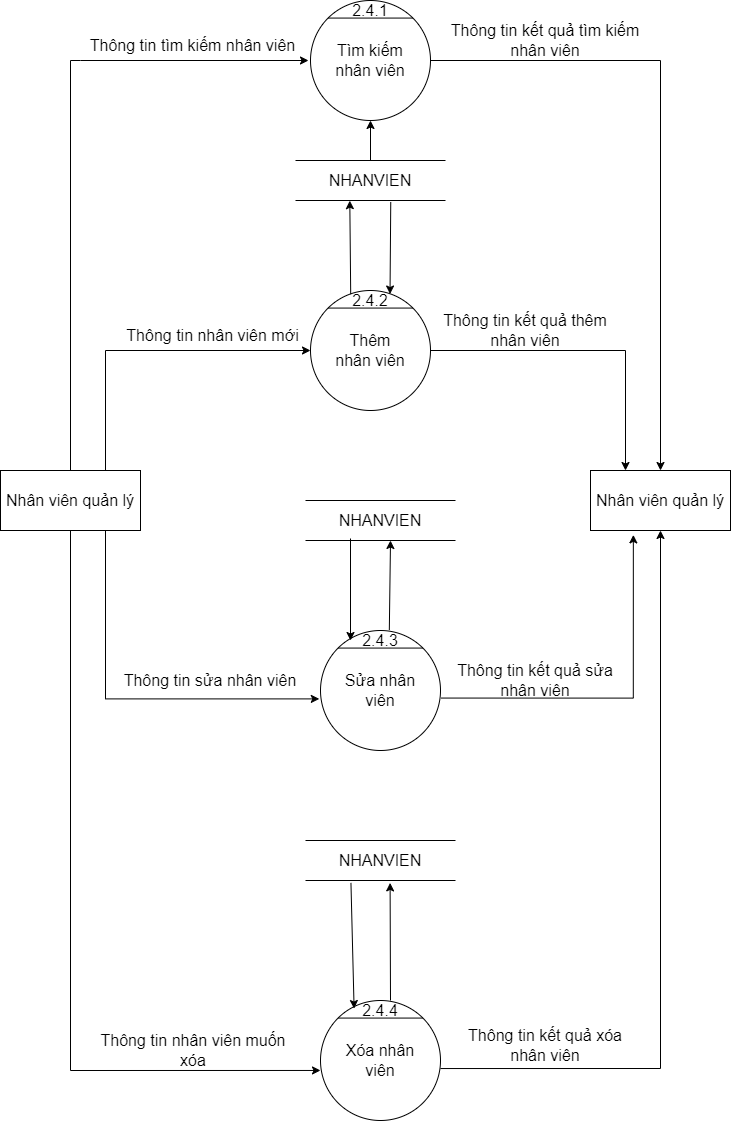
Above: BFD&DFD/DFD_2_QLNV.png in hungtadasuke/CoffeShop_SoftwareTechnology (draw.io), before the change. Source tidied: cells renumbered, new cells last; positions are measured from the earlier drawing's top-left corner, leaving out a move shared by most shapes. Source of this version:
```xml
<mxGraphModel>
  <root>
    <mxCell id="0" />
    <mxCell id="1" parent="0" />
    <mxCell id="2" style="ellipse;whiteSpace=wrap;html=1;fontSize=16;" parent="1" vertex="1">
      <mxGeometry x="310" width="120" height="120" as="geometry" />
    </mxCell>
    <mxCell id="3" style="endArrow=none;html=1;rounded=0;exitX=0;exitY=0;exitDx=0;exitDy=0;entryX=1;entryY=0;entryDx=0;entryDy=0;fontSize=16;" parent="1" edge="1" source="2" target="2">
      <mxGeometry relative="1" as="geometry" />
    </mxCell>
    <mxCell id="4" value="Tìm kiếm nhân viên" style="text;html=1;strokeColor=none;fillColor=none;align=center;verticalAlign=middle;whiteSpace=wrap;rounded=0;fontSize=16;" parent="1" vertex="1">
      <mxGeometry x="330" y="45" width="80" height="30" as="geometry" />
    </mxCell>
    <mxCell id="5" style="ellipse;whiteSpace=wrap;html=1;fontSize=16;" parent="1" vertex="1">
      <mxGeometry x="310" y="290" width="120" height="120" as="geometry" />
    </mxCell>
    <mxCell id="6" style="endArrow=none;html=1;rounded=0;exitX=0;exitY=0;exitDx=0;exitDy=0;entryX=1;entryY=0;entryDx=0;entryDy=0;fontSize=16;" parent="1" edge="1" source="5" target="5">
      <mxGeometry relative="1" as="geometry" />
    </mxCell>
    <mxCell id="7" value="&lt;font style=&quot;font-size: 16px&quot;&gt;Thêm nhân viên&lt;/font&gt;" style="text;html=1;strokeColor=none;fillColor=none;align=center;verticalAlign=middle;whiteSpace=wrap;rounded=0;fontSize=16;" parent="1" vertex="1">
      <mxGeometry x="330" y="335" width="80" height="30" as="geometry" />
    </mxCell>
    <mxCell id="8" style="ellipse;whiteSpace=wrap;html=1;fontSize=16;" parent="1" vertex="1">
      <mxGeometry x="320" y="630" width="120" height="120" as="geometry" />
    </mxCell>
    <mxCell id="9" style="endArrow=none;html=1;rounded=0;exitX=0;exitY=0;exitDx=0;exitDy=0;entryX=1;entryY=0;entryDx=0;entryDy=0;fontSize=16;" parent="1" edge="1" source="8" target="8">
      <mxGeometry relative="1" as="geometry" />
    </mxCell>
    <mxCell id="10" value="&lt;font style=&quot;font-size: 16px&quot;&gt;Sửa nhân viên&lt;/font&gt;" style="text;html=1;strokeColor=none;fillColor=none;align=center;verticalAlign=middle;whiteSpace=wrap;rounded=0;fontSize=16;" parent="1" vertex="1">
      <mxGeometry x="340" y="675" width="80" height="30" as="geometry" />
    </mxCell>
    <mxCell id="11" value="Nhân viên quản lý" style="rounded=0;whiteSpace=wrap;html=1;fontSize=16;" parent="1" vertex="1">
      <mxGeometry y="470" width="140" height="60" as="geometry" />
    </mxCell>
    <mxCell id="12" value="Nhân viên quản lý" style="rounded=0;whiteSpace=wrap;html=1;fontSize=16;" parent="1" vertex="1">
      <mxGeometry x="590" y="470" width="140" height="60" as="geometry" />
    </mxCell>
    <mxCell id="13" value="&lt;font style=&quot;font-size: 16px&quot;&gt;2.4.1&lt;/font&gt;" style="text;html=1;strokeColor=none;fillColor=none;align=center;verticalAlign=middle;whiteSpace=wrap;rounded=0;" parent="1" vertex="1">
      <mxGeometry x="340" width="60" height="20" as="geometry" />
    </mxCell>
    <mxCell id="14" value="&lt;font style=&quot;font-size: 16px&quot;&gt;2.4.2&lt;/font&gt;" style="text;html=1;strokeColor=none;fillColor=none;align=center;verticalAlign=middle;whiteSpace=wrap;rounded=0;" parent="1" vertex="1">
      <mxGeometry x="350" y="290" width="40" height="20" as="geometry" />
    </mxCell>
    <mxCell id="15" value="&lt;font style=&quot;font-size: 16px&quot;&gt;2.4.3&lt;/font&gt;" style="text;html=1;strokeColor=none;fillColor=none;align=center;verticalAlign=middle;whiteSpace=wrap;rounded=0;" parent="1" vertex="1">
      <mxGeometry x="350" y="630" width="60" height="20" as="geometry" />
    </mxCell>
    <mxCell id="16" style="edgeStyle=segmentEdgeStyle;endArrow=classic;html=1;rounded=0;fontSize=16;exitX=0.5;exitY=0;exitDx=0;exitDy=0;" parent="1" edge="1" source="11">
      <mxGeometry relative="1" as="geometry">
        <mxPoint x="308" y="60" as="targetPoint" />
        <Array as="points">
          <mxPoint x="80" y="60" />
          <mxPoint x="308" y="60" />
        </Array>
      </mxGeometry>
    </mxCell>
    <mxCell id="17" style="edgeStyle=segmentEdgeStyle;endArrow=classic;html=1;rounded=0;fontSize=16;exitX=0.75;exitY=1;exitDx=0;exitDy=0;entryX=-0.01;entryY=0.57;entryDx=0;entryDy=0;entryPerimeter=0;" parent="1" edge="1" source="11" target="8">
      <mxGeometry relative="1" as="geometry">
        <Array as="points">
          <mxPoint x="105" y="698" />
        </Array>
      </mxGeometry>
    </mxCell>
    <mxCell id="18" style="edgeStyle=segmentEdgeStyle;endArrow=classic;html=1;rounded=0;fontSize=16;exitX=1;exitY=0.5;exitDx=0;exitDy=0;entryX=0.5;entryY=0;entryDx=0;entryDy=0;" parent="1" edge="1" source="2" target="12">
      <mxGeometry relative="1" as="geometry">
        <Array as="points">
          <mxPoint x="660" y="60" />
        </Array>
      </mxGeometry>
    </mxCell>
    <mxCell id="19" style="edgeStyle=segmentEdgeStyle;endArrow=classic;html=1;rounded=0;fontSize=16;exitX=1.007;exitY=0.563;exitDx=0;exitDy=0;exitPerimeter=0;entryX=0.306;entryY=1.073;entryDx=0;entryDy=0;entryPerimeter=0;" parent="1" edge="1" source="8" target="12">
      <mxGeometry relative="1" as="geometry" />
    </mxCell>
    <mxCell id="20" value="NHANVIEN" style="shape=partialRectangle;whiteSpace=wrap;html=1;left=0;right=0;fillColor=none;fontSize=16;" parent="1" vertex="1">
      <mxGeometry x="295" y="160" width="150" height="40" as="geometry" />
    </mxCell>
    <mxCell id="21" value="Thông tin tìm kiếm nhân viên" style="text;html=1;strokeColor=none;fillColor=none;align=center;verticalAlign=middle;whiteSpace=wrap;rounded=0;fontSize=16;" parent="1" vertex="1">
      <mxGeometry x="80" y="30" width="225" height="30" as="geometry" />
    </mxCell>
    <mxCell id="22" value="Thông tin kết quả tìm kiếm nhân viên" style="text;html=1;strokeColor=none;fillColor=none;align=center;verticalAlign=middle;whiteSpace=wrap;rounded=0;fontSize=16;" parent="1" vertex="1">
      <mxGeometry x="440" y="20" width="210" height="40" as="geometry" />
    </mxCell>
    <mxCell id="23" value="NHANVIEN" style="shape=partialRectangle;whiteSpace=wrap;html=1;left=0;right=0;fillColor=none;fontSize=16;" parent="1" vertex="1">
      <mxGeometry x="305" y="500" width="150" height="40" as="geometry" />
    </mxCell>
    <mxCell id="24" style="endArrow=classic;html=1;rounded=0;fontSize=16;entryX=0.5;entryY=1;entryDx=0;entryDy=0;exitX=0.5;exitY=0;exitDx=0;exitDy=0;" parent="1" edge="1" source="20" target="2">
      <mxGeometry relative="1" as="geometry" />
    </mxCell>
    <mxCell id="25" style="endArrow=classic;html=1;rounded=0;fontSize=16;exitX=0.005;exitY=0.185;exitDx=0;exitDy=0;exitPerimeter=0;entryX=0.362;entryY=1.004;entryDx=0;entryDy=0;entryPerimeter=0;" parent="1" edge="1" source="14" target="20">
      <mxGeometry relative="1" as="geometry" />
    </mxCell>
    <mxCell id="26" style="endArrow=classic;html=1;rounded=0;fontSize=16;exitX=0.635;exitY=1.037;exitDx=0;exitDy=0;exitPerimeter=0;entryX=0.988;entryY=0.176;entryDx=0;entryDy=0;entryPerimeter=0;" parent="1" edge="1" source="20" target="14">
      <mxGeometry relative="1" as="geometry" />
    </mxCell>
    <mxCell id="27" style="endArrow=classic;html=1;rounded=0;fontSize=16;entryX=0.362;entryY=1.004;entryDx=0;entryDy=0;entryPerimeter=0;exitX=0.647;exitY=-0.02;exitDx=0;exitDy=0;exitPerimeter=0;" parent="1" edge="1" source="15">
      <mxGeometry relative="1" as="geometry">
        <mxPoint x="390" y="540" as="targetPoint" />
      </mxGeometry>
    </mxCell>
    <mxCell id="28" style="endArrow=classic;html=1;rounded=0;fontSize=16;entryX=0;entryY=0.5;entryDx=0;entryDy=0;" parent="1" edge="1" target="15">
      <mxGeometry relative="1" as="geometry">
        <mxPoint x="350" y="538" as="sourcePoint" />
      </mxGeometry>
    </mxCell>
    <mxCell id="29" value="Thông tin nhân viên mới" style="text;html=1;strokeColor=none;fillColor=none;align=center;verticalAlign=middle;whiteSpace=wrap;rounded=0;fontSize=16;" parent="1" vertex="1">
      <mxGeometry x="115" y="320" width="195" height="30" as="geometry" />
    </mxCell>
    <mxCell id="30" value="Thông tin kết quả thêm nhân viên" style="text;html=1;strokeColor=none;fillColor=none;align=center;verticalAlign=middle;whiteSpace=wrap;rounded=0;fontSize=16;" parent="1" vertex="1">
      <mxGeometry x="440" y="310" width="170" height="40" as="geometry" />
    </mxCell>
    <mxCell id="31" style="edgeStyle=orthogonalEdgeStyle;rounded=0;orthogonalLoop=1;jettySize=auto;html=1;exitX=0.5;exitY=1;exitDx=0;exitDy=0;fontSize=16;" parent="1" edge="1" source="30" target="30">
      <mxGeometry relative="1" as="geometry" />
    </mxCell>
    <mxCell id="32" value="Thông tin sửa nhân viên" style="text;html=1;strokeColor=none;fillColor=none;align=center;verticalAlign=middle;whiteSpace=wrap;rounded=0;fontSize=16;" parent="1" vertex="1">
      <mxGeometry x="115" y="665" width="190" height="30" as="geometry" />
    </mxCell>
    <mxCell id="33" value="Thông tin kết quả sửa nhân viên" style="text;html=1;strokeColor=none;fillColor=none;align=center;verticalAlign=middle;whiteSpace=wrap;rounded=0;fontSize=16;" parent="1" vertex="1">
      <mxGeometry x="445" y="660" width="180" height="40" as="geometry" />
    </mxCell>
    <mxCell id="34" style="ellipse;whiteSpace=wrap;html=1;fontSize=16;" parent="1" vertex="1">
      <mxGeometry x="320" y="1000" width="120" height="120" as="geometry" />
    </mxCell>
    <mxCell id="35" style="endArrow=none;html=1;rounded=0;exitX=0;exitY=0;exitDx=0;exitDy=0;entryX=1;entryY=0;entryDx=0;entryDy=0;fontSize=16;" parent="1" edge="1" source="34" target="34">
      <mxGeometry relative="1" as="geometry" />
    </mxCell>
    <mxCell id="36" value="&lt;font style=&quot;font-size: 16px&quot;&gt;Xóa nhân viên&lt;/font&gt;" style="text;html=1;strokeColor=none;fillColor=none;align=center;verticalAlign=middle;whiteSpace=wrap;rounded=0;fontSize=16;" parent="1" vertex="1">
      <mxGeometry x="340" y="1045" width="80" height="30" as="geometry" />
    </mxCell>
    <mxCell id="37" value="&lt;font style=&quot;font-size: 16px&quot;&gt;2.4.4&lt;/font&gt;" style="text;html=1;strokeColor=none;fillColor=none;align=center;verticalAlign=middle;whiteSpace=wrap;rounded=0;" parent="1" vertex="1">
      <mxGeometry x="360" y="1000" width="40" height="20" as="geometry" />
    </mxCell>
    <mxCell id="38" style="edgeStyle=segmentEdgeStyle;endArrow=classic;html=1;rounded=0;exitX=0.75;exitY=0;exitDx=0;exitDy=0;entryX=0;entryY=0.5;entryDx=0;entryDy=0;" parent="1" edge="1" source="11" target="5">
      <mxGeometry relative="1" as="geometry">
        <Array as="points">
          <mxPoint x="105" y="350" />
        </Array>
      </mxGeometry>
    </mxCell>
    <mxCell id="39" style="edgeStyle=segmentEdgeStyle;endArrow=classic;html=1;rounded=0;exitX=1;exitY=0.5;exitDx=0;exitDy=0;entryX=0.25;entryY=0;entryDx=0;entryDy=0;" parent="1" edge="1" source="5" target="12">
      <mxGeometry relative="1" as="geometry" />
    </mxCell>
    <mxCell id="40" value="NHANVIEN" style="shape=partialRectangle;whiteSpace=wrap;html=1;left=0;right=0;fillColor=none;fontSize=16;" parent="1" vertex="1">
      <mxGeometry x="305" y="840" width="150" height="40" as="geometry" />
    </mxCell>
    <mxCell id="41" style="endArrow=classic;html=1;rounded=0;fontSize=16;exitX=0.303;exitY=1.06;exitDx=0;exitDy=0;exitPerimeter=0;entryX=0.28;entryY=0.067;entryDx=0;entryDy=0;entryPerimeter=0;" parent="1" edge="1" source="40" target="34">
      <mxGeometry relative="1" as="geometry" />
    </mxCell>
    <mxCell id="42" style="endArrow=classic;html=1;rounded=0;fontSize=16;exitX=0.75;exitY=0;exitDx=0;exitDy=0;entryX=0.564;entryY=1.06;entryDx=0;entryDy=0;entryPerimeter=0;" parent="1" edge="1" source="37" target="40">
      <mxGeometry relative="1" as="geometry" />
    </mxCell>
    <mxCell id="43" style="edgeStyle=segmentEdgeStyle;endArrow=classic;html=1;rounded=0;exitX=0.5;exitY=1;exitDx=0;exitDy=0;entryX=0;entryY=0.583;entryDx=0;entryDy=0;entryPerimeter=0;" parent="1" edge="1" source="11" target="34">
      <mxGeometry relative="1" as="geometry">
        <Array as="points">
          <mxPoint x="70" y="1070" />
        </Array>
      </mxGeometry>
    </mxCell>
    <mxCell id="44" style="edgeStyle=segmentEdgeStyle;endArrow=classic;html=1;rounded=0;exitX=1;exitY=0.567;exitDx=0;exitDy=0;exitPerimeter=0;entryX=0.5;entryY=1;entryDx=0;entryDy=0;" parent="1" edge="1" source="34" target="12">
      <mxGeometry relative="1" as="geometry" />
    </mxCell>
    <mxCell id="45" value="Thông tin nhân viên muốn xóa" style="text;html=1;strokeColor=none;fillColor=none;align=center;verticalAlign=middle;whiteSpace=wrap;rounded=0;fontSize=16;" parent="1" vertex="1">
      <mxGeometry x="97.5" y="1030" width="190" height="40" as="geometry" />
    </mxCell>
    <mxCell id="46" value="Thông tin kết quả xóa nhân viên" style="text;html=1;strokeColor=none;fillColor=none;align=center;verticalAlign=middle;whiteSpace=wrap;rounded=0;fontSize=16;" parent="1" vertex="1">
      <mxGeometry x="455" y="1020" width="180" height="50" as="geometry" />
    </mxCell>
  </root>
</mxGraphModel>
```
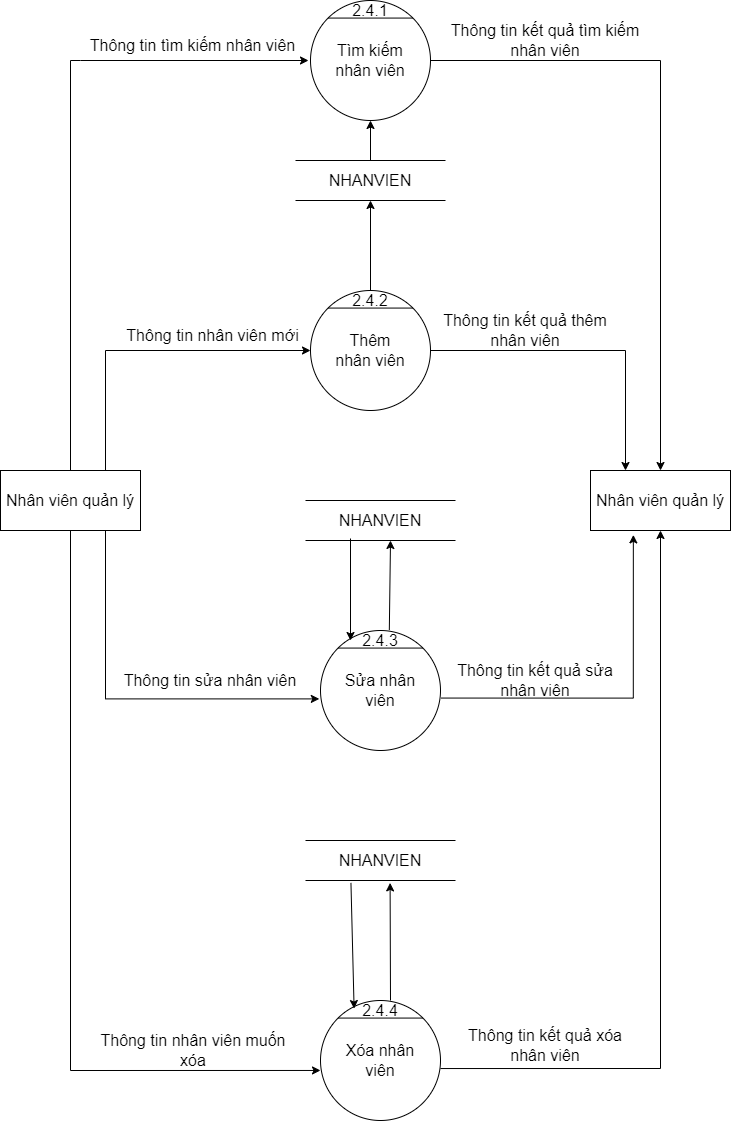
The same diagram one commit later.

The edit, as a diff of the source:
```diff
@@ -85,12 +85,9 @@
     <mxCell id="24" style="endArrow=classic;html=1;rounded=0;fontSize=16;entryX=0.5;entryY=1;entryDx=0;entryDy=0;exitX=0.5;exitY=0;exitDx=0;exitDy=0;" parent="1" edge="1" source="20" target="2">
       <mxGeometry relative="1" as="geometry" />
     </mxCell>
-    <mxCell id="25" style="endArrow=classic;html=1;rounded=0;fontSize=16;exitX=0.005;exitY=0.185;exitDx=0;exitDy=0;exitPerimeter=0;entryX=0.362;entryY=1.004;entryDx=0;entryDy=0;entryPerimeter=0;" parent="1" edge="1" source="14" target="20">
+    <mxCell id="25" style="endArrow=classic;html=1;rounded=0;fontSize=16;exitX=0.5;exitY=0;exitDx=0;exitDy=0;entryX=0.5;entryY=1;entryDx=0;entryDy=0;" parent="1" edge="1" source="14" target="20">
       <mxGeometry relative="1" as="geometry" />
     </mxCell>
-    <mxCell id="26" style="endArrow=classic;html=1;rounded=0;fontSize=16;exitX=0.635;exitY=1.037;exitDx=0;exitDy=0;exitPerimeter=0;entryX=0.988;entryY=0.176;entryDx=0;entryDy=0;entryPerimeter=0;" parent="1" edge="1" source="20" target="14">
-      <mxGeometry relative="1" as="geometry" />
-    </mxCell>
     <mxCell id="27" style="endArrow=classic;html=1;rounded=0;fontSize=16;entryX=0.362;entryY=1.004;entryDx=0;entryDy=0;entryPerimeter=0;exitX=0.647;exitY=-0.02;exitDx=0;exitDy=0;exitPerimeter=0;" parent="1" edge="1" source="15">
       <mxGeometry relative="1" as="geometry">
         <mxPoint x="390" y="540" as="targetPoint" />
```
